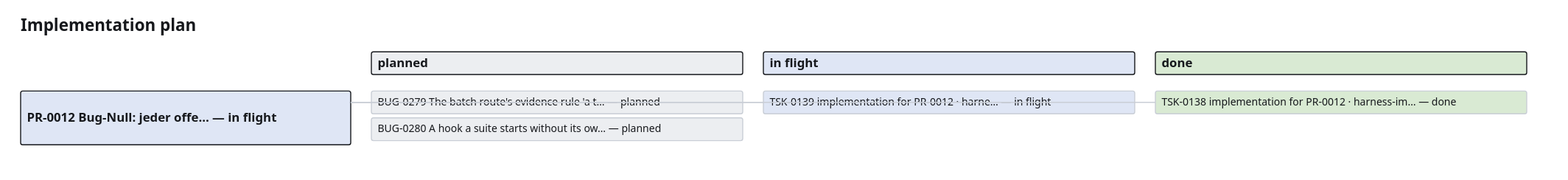
Above: project_memory/generated/plan.drawio.svg in GiaZenX/harness (draw.io), before the change. Source tidied: cells renumbered, new cells last; positions are measured from the earlier drawing's top-left corner, leaving out a move shared by most shapes.
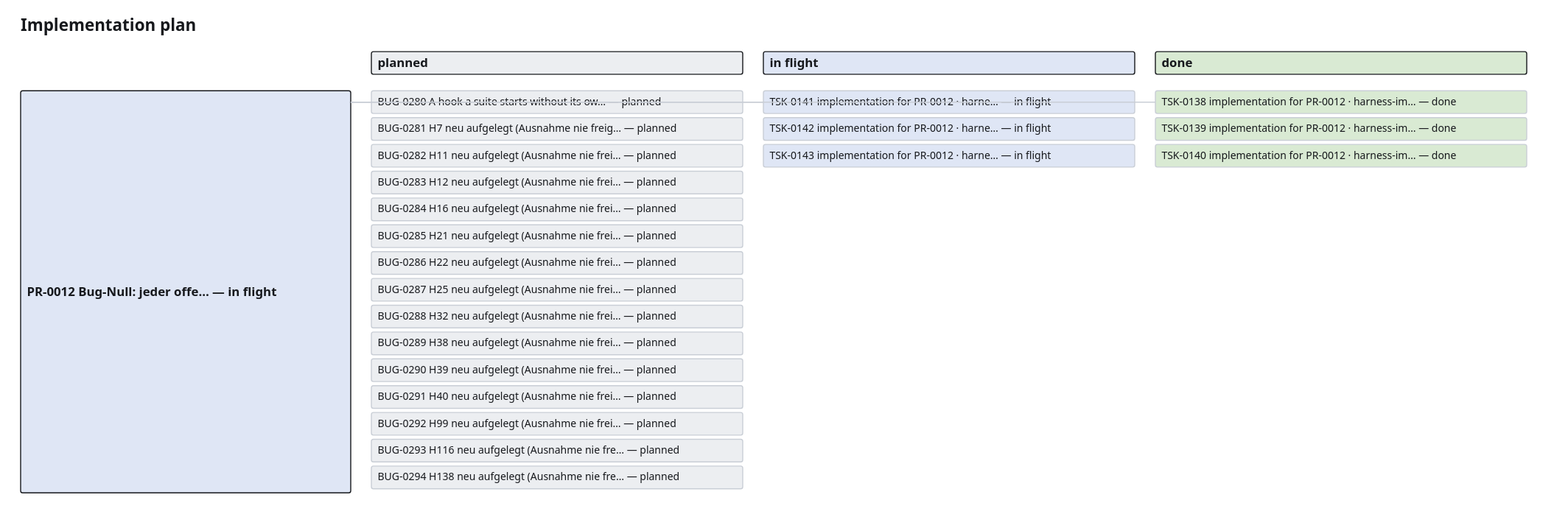
After the commit.

Diff of the diagram source:
```diff
@@ -15,28 +15,79 @@
       <mxGeometry x="1100" y="34" width="360" height="22" as="geometry" />
     </mxCell>
     <mxCell id="6" value="PR-0012 Bug-Null: jeder offe… — in flight" style="rounded=1;whiteSpace=wrap;html=1;fillColor=#dfe6f5;strokeColor=#16181c;fontSize=12;fontStyle=1;" parent="1" vertex="1">
-      <mxGeometry y="72" width="320" height="52" as="geometry" />
+      <mxGeometry y="72" width="320" height="390" as="geometry" />
     </mxCell>
-    <mxCell id="7" value="BUG-0279 The batch route's evidence rule 'a t… — planned" style="rounded=1;whiteSpace=wrap;html=1;fillColor=#eceef1;strokeColor=#c9ced6;fontSize=10;" parent="1" vertex="1">
+    <mxCell id="7" value="BUG-0280 A hook a suite starts without its ow… — planned" style="rounded=1;whiteSpace=wrap;html=1;fillColor=#eceef1;strokeColor=#c9ced6;fontSize=10;" parent="1" vertex="1">
       <mxGeometry x="340" y="72" width="360" height="22" as="geometry" />
     </mxCell>
     <mxCell id="8" style="edgeStyle=orthogonalEdgeStyle;endArrow=none;strokeColor=#c9ced6;" parent="1" edge="1" source="6" target="7">
       <mxGeometry relative="1" as="geometry" />
     </mxCell>
-    <mxCell id="9" value="BUG-0280 A hook a suite starts without its ow… — planned" style="rounded=1;whiteSpace=wrap;html=1;fillColor=#eceef1;strokeColor=#c9ced6;fontSize=10;" parent="1" vertex="1">
+    <mxCell id="9" value="BUG-0281 H7 neu aufgelegt (Ausnahme nie freig… — planned" style="rounded=1;whiteSpace=wrap;html=1;fillColor=#eceef1;strokeColor=#c9ced6;fontSize=10;" parent="1" vertex="1">
       <mxGeometry x="340" y="98" width="360" height="22" as="geometry" />
     </mxCell>
-    <mxCell id="10" value="TSK-0139 implementation for PR-0012 · harne… — in flight" style="rounded=1;whiteSpace=wrap;html=1;fillColor=#dfe6f5;strokeColor=#c9ced6;fontSize=10;" parent="1" vertex="1">
-      <mxGeometry x="720" y="72" width="360" height="22" as="geometry" />
+    <mxCell id="10" value="BUG-0282 H11 neu aufgelegt (Ausnahme nie frei… — planned" style="rounded=1;whiteSpace=wrap;html=1;fillColor=#eceef1;strokeColor=#c9ced6;fontSize=10;" parent="1" vertex="1">
+      <mxGeometry x="340" y="124" width="360" height="22" as="geometry" />
     </mxCell>
-    <mxCell id="11" style="edgeStyle=orthogonalEdgeStyle;endArrow=none;strokeColor=#c9ced6;" parent="1" edge="1" source="6" target="10">
-      <mxGeometry relative="1" as="geometry" />
+    <mxCell id="11" value="BUG-0283 H12 neu aufgelegt (Ausnahme nie frei… — planned" style="rounded=1;whiteSpace=wrap;html=1;fillColor=#eceef1;strokeColor=#c9ced6;fontSize=10;" parent="1" vertex="1">
+      <mxGeometry x="340" y="150" width="360" height="22" as="geometry" />
     </mxCell>
-    <mxCell id="12" value="TSK-0138 implementation for PR-0012 · harness-im… — done" style="rounded=1;whiteSpace=wrap;html=1;fillColor=#d9ead3;strokeColor=#c9ced6;fontSize=10;" parent="1" vertex="1">
-      <mxGeometry x="1100" y="72" width="360" height="22" as="geometry" />
+    <mxCell id="12" value="BUG-0284 H16 neu aufgelegt (Ausnahme nie frei… — planned" style="rounded=1;whiteSpace=wrap;html=1;fillColor=#eceef1;strokeColor=#c9ced6;fontSize=10;" parent="1" vertex="1">
+      <mxGeometry x="340" y="176" width="360" height="22" as="geometry" />
     </mxCell>
-    <mxCell id="13" style="edgeStyle=orthogonalEdgeStyle;endArrow=none;strokeColor=#c9ced6;" parent="1" edge="1" source="6" target="12">
-      <mxGeometry relative="1" as="geometry" />
+    <mxCell id="13" value="BUG-0285 H21 neu aufgelegt (Ausnahme nie frei… — planned" style="rounded=1;whiteSpace=wrap;html=1;fillColor=#eceef1;strokeColor=#c9ced6;fontSize=10;" parent="1" vertex="1">
+      <mxGeometry x="340" y="202" width="360" height="22" as="geometry" />
     </mxCell>
+    <mxCell id="14" value="BUG-0286 H22 neu aufgelegt (Ausnahme nie frei… — planned" style="rounded=1;whiteSpace=wrap;html=1;fillColor=#eceef1;strokeColor=#c9ced6;fontSize=10;" parent="1" vertex="1">
+      <mxGeometry x="340" y="228" width="360" height="22" as="geometry" />
+    </mxCell>
+    <mxCell id="15" value="BUG-0287 H25 neu aufgelegt (Ausnahme nie frei… — planned" style="rounded=1;whiteSpace=wrap;html=1;fillColor=#eceef1;strokeColor=#c9ced6;fontSize=10;" parent="1" vertex="1">
+      <mxGeometry x="340" y="254" width="360" height="22" as="geometry" />
+    </mxCell>
+    <mxCell id="16" value="BUG-0288 H32 neu aufgelegt (Ausnahme nie frei… — planned" style="rounded=1;whiteSpace=wrap;html=1;fillColor=#eceef1;strokeColor=#c9ced6;fontSize=10;" parent="1" vertex="1">
+      <mxGeometry x="340" y="280" width="360" height="22" as="geometry" />
+    </mxCell>
+    <mxCell id="17" value="BUG-0289 H38 neu aufgelegt (Ausnahme nie frei… — planned" style="rounded=1;whiteSpace=wrap;html=1;fillColor=#eceef1;strokeColor=#c9ced6;fontSize=10;" parent="1" vertex="1">
+      <mxGeometry x="340" y="306" width="360" height="22" as="geometry" />
+    </mxCell>
+    <mxCell id="18" value="BUG-0290 H39 neu aufgelegt (Ausnahme nie frei… — planned" style="rounded=1;whiteSpace=wrap;html=1;fillColor=#eceef1;strokeColor=#c9ced6;fontSize=10;" parent="1" vertex="1">
+      <mxGeometry x="340" y="332" width="360" height="22" as="geometry" />
+    </mxCell>
+    <mxCell id="19" value="BUG-0291 H40 neu aufgelegt (Ausnahme nie frei… — planned" style="rounded=1;whiteSpace=wrap;html=1;fillColor=#eceef1;strokeColor=#c9ced6;fontSize=10;" parent="1" vertex="1">
+      <mxGeometry x="340" y="358" width="360" height="22" as="geometry" />
+    </mxCell>
+    <mxCell id="20" value="BUG-0292 H99 neu aufgelegt (Ausnahme nie frei… — planned" style="rounded=1;whiteSpace=wrap;html=1;fillColor=#eceef1;strokeColor=#c9ced6;fontSize=10;" parent="1" vertex="1">
+      <mxGeometry x="340" y="384" width="360" height="22" as="geometry" />
+    </mxCell>
+    <mxCell id="21" value="BUG-0293 H116 neu aufgelegt (Ausnahme nie fre… — planned" style="rounded=1;whiteSpace=wrap;html=1;fillColor=#eceef1;strokeColor=#c9ced6;fontSize=10;" parent="1" vertex="1">
+      <mxGeometry x="340" y="410" width="360" height="22" as="geometry" />
+    </mxCell>
+    <mxCell id="22" value="BUG-0294 H138 neu aufgelegt (Ausnahme nie fre… — planned" style="rounded=1;whiteSpace=wrap;html=1;fillColor=#eceef1;strokeColor=#c9ced6;fontSize=10;" parent="1" vertex="1">
+      <mxGeometry x="340" y="436" width="360" height="22" as="geometry" />
+    </mxCell>
+    <mxCell id="23" value="TSK-0141 implementation for PR-0012 · harne… — in flight" style="rounded=1;whiteSpace=wrap;html=1;fillColor=#dfe6f5;strokeColor=#c9ced6;fontSize=10;" parent="1" vertex="1">
+      <mxGeometry x="720" y="72" width="360" height="22" as="geometry" />
+    </mxCell>
+    <mxCell id="24" style="edgeStyle=orthogonalEdgeStyle;endArrow=none;strokeColor=#c9ced6;" parent="1" edge="1" source="6" target="23">
+      <mxGeometry relative="1" as="geometry" />
+    </mxCell>
+    <mxCell id="25" value="TSK-0142 implementation for PR-0012 · harne… — in flight" style="rounded=1;whiteSpace=wrap;html=1;fillColor=#dfe6f5;strokeColor=#c9ced6;fontSize=10;" parent="1" vertex="1">
+      <mxGeometry x="720" y="98" width="360" height="22" as="geometry" />
+    </mxCell>
+    <mxCell id="26" value="TSK-0143 implementation for PR-0012 · harne… — in flight" style="rounded=1;whiteSpace=wrap;html=1;fillColor=#dfe6f5;strokeColor=#c9ced6;fontSize=10;" parent="1" vertex="1">
+      <mxGeometry x="720" y="124" width="360" height="22" as="geometry" />
+    </mxCell>
+    <mxCell id="27" value="TSK-0138 implementation for PR-0012 · harness-im… — done" style="rounded=1;whiteSpace=wrap;html=1;fillColor=#d9ead3;strokeColor=#c9ced6;fontSize=10;" parent="1" vertex="1">
+      <mxGeometry x="1100" y="72" width="360" height="22" as="geometry" />
+    </mxCell>
+    <mxCell id="28" style="edgeStyle=orthogonalEdgeStyle;endArrow=none;strokeColor=#c9ced6;" parent="1" edge="1" source="6" target="27">
+      <mxGeometry relative="1" as="geometry" />
+    </mxCell>
+    <mxCell id="29" value="TSK-0139 implementation for PR-0012 · harness-im… — done" style="rounded=1;whiteSpace=wrap;html=1;fillColor=#d9ead3;strokeColor=#c9ced6;fontSize=10;" parent="1" vertex="1">
+      <mxGeometry x="1100" y="98" width="360" height="22" as="geometry" />
+    </mxCell>
+    <mxCell id="30" value="TSK-0140 implementation for PR-0012 · harness-im… — done" style="rounded=1;whiteSpace=wrap;html=1;fillColor=#d9ead3;strokeColor=#c9ced6;fontSize=10;" parent="1" vertex="1">
+      <mxGeometry x="1100" y="124" width="360" height="22" as="geometry" />
+    </mxCell>
   </root>
 </mxGraphModel>
```
